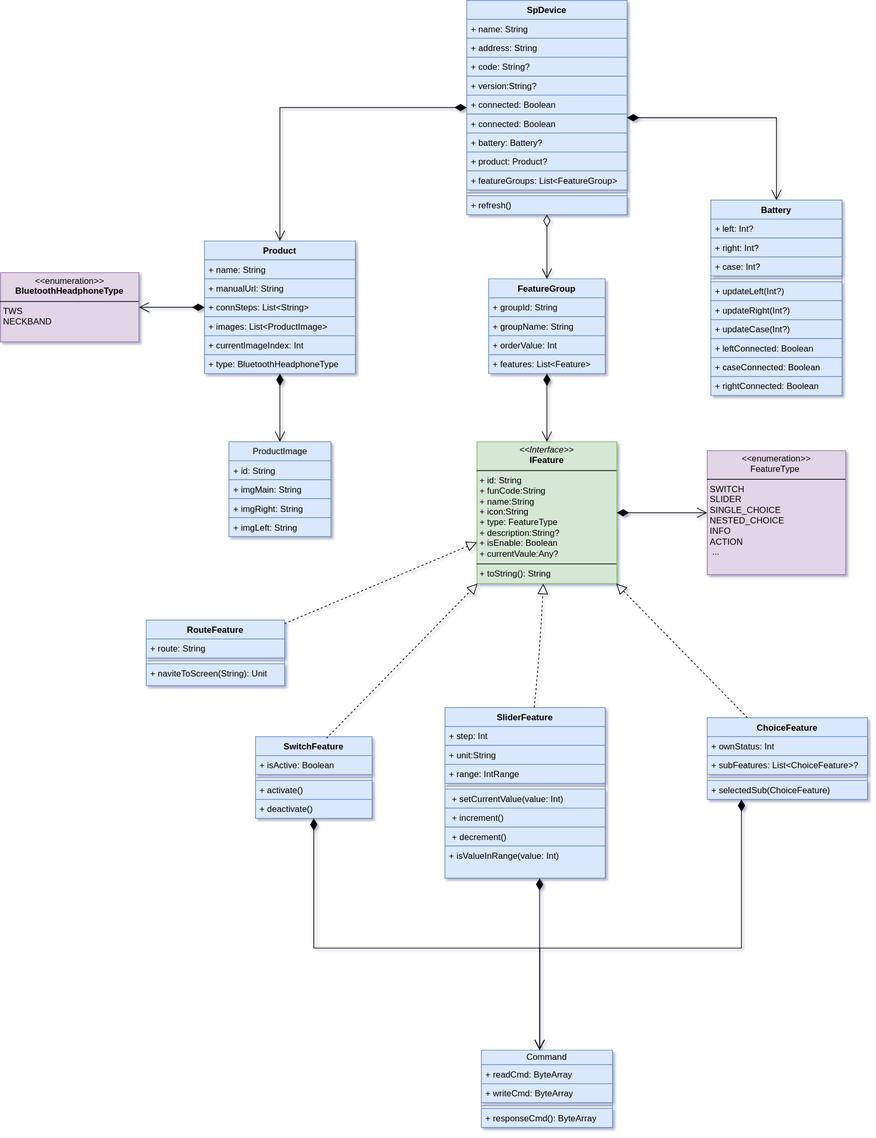
Before: sp-device.drawio.svg, a diagram exported from draw.io (kekemao00/draw-libs). Source tidied: cells renumbered, new cells last; positions are measured from the earlier drawing's top-left corner, leaving out a move shared by most shapes.
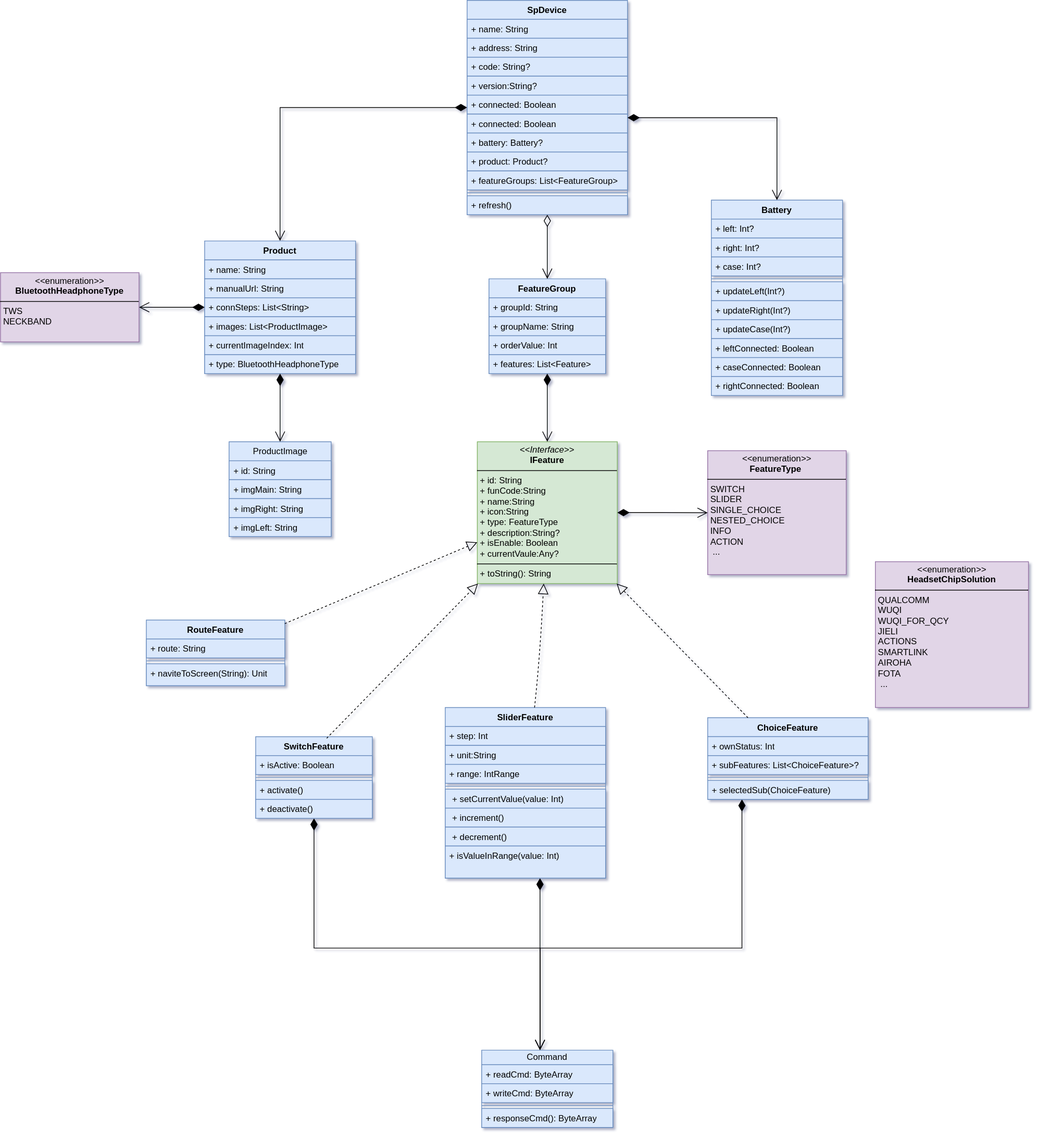
The same file after the commit.

Diff of the diagram source:
```diff
@@ -184,7 +184,7 @@
         </Array>
       </mxGeometry>
     </mxCell>
-    <mxCell id="56" value="&lt;p style=&quot;margin:0px;margin-top:4px;text-align:center;&quot;&gt;&lt;i&gt;&amp;lt;&amp;lt;&lt;/i&gt;enumeration&lt;i&gt;&amp;gt;&amp;gt;&lt;/i&gt;&lt;br&gt;FeatureType&amp;nbsp;&lt;/p&gt;&lt;hr size=&quot;1&quot; style=&quot;border-style:solid;&quot;&gt;&lt;p style=&quot;margin:0px;margin-left:4px;&quot;&gt;SWITCH&amp;nbsp; &amp;nbsp; &amp;nbsp; &amp;nbsp; &amp;nbsp; &amp;nbsp; &amp;nbsp;&amp;nbsp;&lt;/p&gt;&lt;p style=&quot;margin:0px;margin-left:4px;&quot;&gt;SLIDER&lt;/p&gt;&lt;p style=&quot;margin:0px;margin-left:4px;&quot;&gt;SINGLE_CHOICE&amp;nbsp;&lt;/p&gt;&lt;p style=&quot;margin:0px;margin-left:4px;&quot;&gt;NESTED_CHOICE&amp;nbsp;&lt;/p&gt;&lt;p style=&quot;margin:0px;margin-left:4px;&quot;&gt;INFO&amp;nbsp;&amp;nbsp; &amp;nbsp; &amp;nbsp;&lt;/p&gt;&lt;p style=&quot;margin:0px;margin-left:4px;&quot;&gt;ACTION&amp;nbsp; &amp;nbsp;&lt;/p&gt;&lt;p style=&quot;margin:0px;margin-left:4px;&quot;&gt;&amp;nbsp;...&lt;/p&gt;&lt;p style=&quot;margin:0px;margin-left:4px;&quot;&gt;&amp;nbsp;&amp;nbsp; &amp;nbsp; &amp;nbsp; &amp;nbsp; &amp;nbsp;&amp;nbsp;&lt;/p&gt;&lt;p style=&quot;margin:0px;margin-left:4px;&quot;&gt;&amp;nbsp;&amp;nbsp; &amp;nbsp; &amp;nbsp; &amp;nbsp; &amp;nbsp; &amp;nbsp; &amp;nbsp;&amp;nbsp;&lt;/p&gt;" style="verticalAlign=top;align=left;overflow=fill;html=1;whiteSpace=wrap;fillColor=#e1d5e7;strokeColor=#9673a6;" parent="1" vertex="1">
+    <mxCell id="56" value="&lt;p style=&quot;margin:0px;margin-top:4px;text-align:center;&quot;&gt;&lt;i&gt;&amp;lt;&amp;lt;&lt;/i&gt;enumeration&lt;i&gt;&amp;gt;&amp;gt;&lt;/i&gt;&lt;br&gt;&lt;b&gt;FeatureType&amp;nbsp;&lt;/b&gt;&lt;/p&gt;&lt;hr size=&quot;1&quot; style=&quot;border-style:solid;&quot;&gt;&lt;p style=&quot;margin:0px;margin-left:4px;&quot;&gt;SWITCH&amp;nbsp; &amp;nbsp; &amp;nbsp; &amp;nbsp; &amp;nbsp; &amp;nbsp; &amp;nbsp;&amp;nbsp;&lt;/p&gt;&lt;p style=&quot;margin:0px;margin-left:4px;&quot;&gt;SLIDER&lt;/p&gt;&lt;p style=&quot;margin:0px;margin-left:4px;&quot;&gt;SINGLE_CHOICE&amp;nbsp;&lt;/p&gt;&lt;p style=&quot;margin:0px;margin-left:4px;&quot;&gt;NESTED_CHOICE&amp;nbsp;&lt;/p&gt;&lt;p style=&quot;margin:0px;margin-left:4px;&quot;&gt;INFO&amp;nbsp;&amp;nbsp; &amp;nbsp; &amp;nbsp;&lt;/p&gt;&lt;p style=&quot;margin:0px;margin-left:4px;&quot;&gt;ACTION&amp;nbsp; &amp;nbsp;&lt;/p&gt;&lt;p style=&quot;margin:0px;margin-left:4px;&quot;&gt;&amp;nbsp;...&lt;/p&gt;&lt;p style=&quot;margin:0px;margin-left:4px;&quot;&gt;&amp;nbsp;&amp;nbsp; &amp;nbsp; &amp;nbsp; &amp;nbsp; &amp;nbsp;&amp;nbsp;&lt;/p&gt;&lt;p style=&quot;margin:0px;margin-left:4px;&quot;&gt;&amp;nbsp;&amp;nbsp; &amp;nbsp; &amp;nbsp; &amp;nbsp; &amp;nbsp; &amp;nbsp; &amp;nbsp;&amp;nbsp;&lt;/p&gt;" style="verticalAlign=top;align=left;overflow=fill;html=1;whiteSpace=wrap;fillColor=#e1d5e7;strokeColor=#9673a6;" parent="1" vertex="1">
       <mxGeometry x="970" y="617.8" width="190" height="170" as="geometry" />
     </mxCell>
     <mxCell id="57" style="endArrow=open;html=1;endSize=12;startArrow=diamondThin;startSize=14;startFill=1;edgeStyle=orthogonalEdgeStyle;align=left;verticalAlign=bottom;rounded=0;" parent="1" edge="1" source="47" target="56">
@@ -281,5 +281,8 @@
     <mxCell id="86" style="endArrow=block;dashed=1;endFill=0;endSize=12;html=1;rounded=0;fontSize=12;curved=1;" parent="1" edge="1" source="76" target="47">
       <mxGeometry relative="1" as="geometry" />
     </mxCell>
+    <mxCell id="87" value="&lt;p style=&quot;margin:0px;margin-top:4px;text-align:center;&quot;&gt;&lt;i&gt;&amp;lt;&amp;lt;&lt;/i&gt;enumeration&lt;i&gt;&amp;gt;&amp;gt;&lt;/i&gt;&lt;br&gt;&lt;b&gt;HeadsetChipSolution&lt;/b&gt;&lt;/p&gt;&lt;hr size=&quot;1&quot; style=&quot;border-style:solid;&quot;&gt;&lt;p style=&quot;margin:0px;margin-left:4px;&quot;&gt;QUALCOMM&lt;br&gt;WUQI&lt;br&gt;WUQI_FOR_QCY&lt;br&gt;JIELI&lt;br&gt;ACTIONS&lt;br&gt;SMARTLINK&lt;br&gt;AIROHA&lt;br&gt;FOTA&lt;br&gt;&amp;nbsp;...&lt;/p&gt;" style="verticalAlign=top;align=left;overflow=fill;html=1;whiteSpace=wrap;fillColor=#e1d5e7;strokeColor=#9673a6;" parent="1" vertex="1">
+      <mxGeometry x="1200" y="770" width="210" height="200" as="geometry" />
+    </mxCell>
   </root>
 </mxGraphModel>
```
